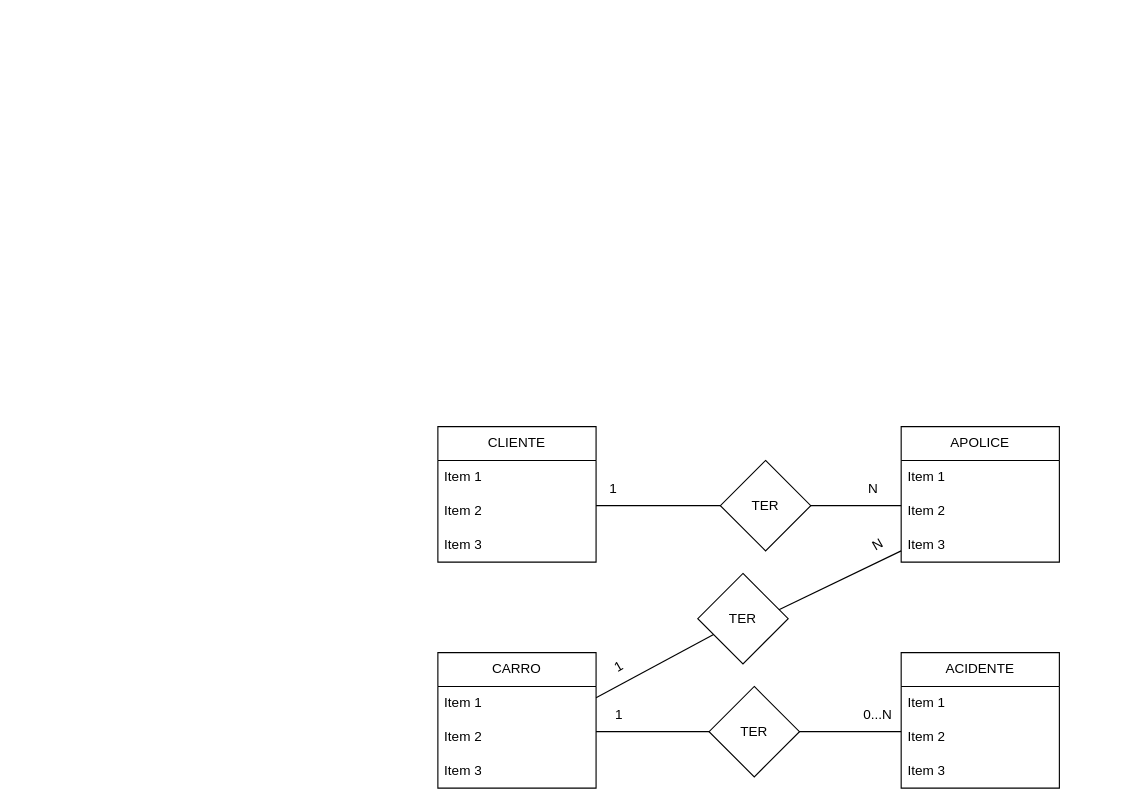
Earlier version of the draw.io diagram primeira_at1.drawio (Adrianobraga/diagramas). Source tidied: cells renumbered, new cells numbered last; positions are measured from the earlier drawing's top-left corner, leaving out a move shared by most shapes. Both pictures are drawn from the tidied source at 113%, with x=0, y=0 at pixel (437, 426).
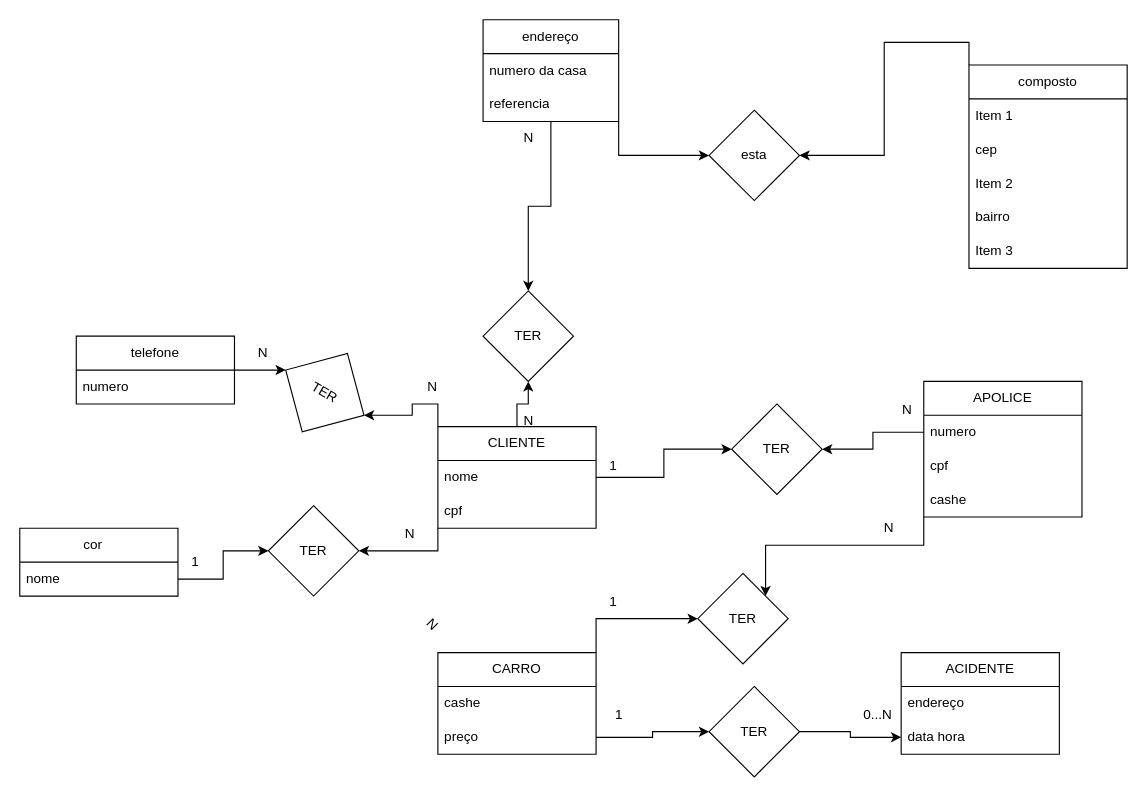
Above is the later version.

Unchanged cells that the change refers to:
```xml
<mxCell id="24" value="TER" style="rhombus;whiteSpace=wrap;html=1;" parent="1" vertex="1">
  <mxGeometry x="240" y="230" width="80" height="80" as="geometry" />
</mxCell>
<mxCell id="27" value="TER" style="rhombus;whiteSpace=wrap;html=1;rotation=0;" parent="1" vertex="1">
  <mxGeometry x="230" y="130" width="80" height="80" as="geometry" />
</mxCell>
```

The edit, as a diff of the source:
```diff
@@
+    <mxCell id="33" style="edgeStyle=orthogonalEdgeStyle;rounded=0;jettySize=auto;html=1;exitX=0.5;exitY=0;exitDx=0;exitDy=0;entryX=0.5;entryY=1;entryDx=0;entryDy=0;" parent="1" edge="1" source="2" target="56">
+      <mxGeometry relative="1" as="geometry" />
+    </mxCell>
+    <mxCell id="34" style="edgeStyle=orthogonalEdgeStyle;rounded=0;jettySize=auto;html=1;exitX=0;exitY=0;exitDx=0;exitDy=0;entryX=1;entryY=0.5;entryDx=0;entryDy=0;" parent="1" edge="1" source="2" target="47">
+      <mxGeometry relative="1" as="geometry" />
+    </mxCell>
+    <mxCell id="35" style="edgeStyle=orthogonalEdgeStyle;rounded=0;jettySize=auto;html=1;exitX=0;exitY=1;exitDx=0;exitDy=0;" parent="1" edge="1" source="2" target="44">
+      <mxGeometry relative="1" as="geometry" />
+    </mxCell>
     <mxCell id="2" value="&lt;div&gt;CLIENTE&lt;/div&gt;" style="swimlane;fontStyle=0;horizontal=1;startSize=30;whiteSpace=wrap;html=1;" parent="1" vertex="1">
-      <mxGeometry width="140" height="120" as="geometry" />
+      <mxGeometry width="140" height="90" as="geometry" />
     </mxCell>
-    <mxCell id="3" value="Item 1" style="text;strokeColor=none;fillColor=none;align=left;verticalAlign=middle;spacingLeft=4;spacingRight=4;overflow=hidden;points=[[0,0.5],[1,0.5]];portConstraint=eastwest;whiteSpace=wrap;html=1;" parent="2" vertex="1">
+    <mxCell id="3" value="nome&lt;span style=&quot;white-space: pre;&quot;&gt;&#9;&lt;/span&gt;" style="text;strokeColor=none;fillColor=none;align=left;verticalAlign=middle;spacingLeft=4;spacingRight=4;overflow=hidden;points=[[0,0.5],[1,0.5]];portConstraint=eastwest;whiteSpace=wrap;html=1;" parent="2" vertex="1">
       <mxGeometry y="30" width="140" height="30" as="geometry" />
     </mxCell>
-    <mxCell id="4" value="Item 2" style="text;strokeColor=none;fillColor=none;align=left;verticalAlign=middle;spacingLeft=4;spacingRight=4;overflow=hidden;whiteSpace=wrap;html=1;" parent="2" vertex="1">
+    <mxCell id="4" value="cpf" style="text;strokeColor=none;fillColor=none;align=left;verticalAlign=middle;spacingLeft=4;spacingRight=4;overflow=hidden;whiteSpace=wrap;html=1;" parent="2" vertex="1">
       <mxGeometry y="60" width="140" height="30" as="geometry" />
     </mxCell>
-    <mxCell id="5" value="Item 3" style="text;strokeColor=none;fillColor=none;align=left;verticalAlign=middle;spacingLeft=4;spacingRight=4;overflow=hidden;whiteSpace=wrap;html=1;" parent="2" vertex="1">
-      <mxGeometry y="90" width="140" height="30" as="geometry" />
-    </mxCell>
-    <mxCell id="6" style="endArrow=none;html=1;rounded=0;" parent="1" edge="1">
-      <mxGeometry relative="1" as="geometry">
-        <mxPoint x="140" y="70" as="sourcePoint" />
-        <mxPoint x="250" y="70" as="targetPoint" />
-      </mxGeometry>
-    </mxCell>
     <mxCell id="7" value="TER" style="rhombus;whiteSpace=wrap;html=1;" parent="1" vertex="1">
-      <mxGeometry x="250" y="30" width="80" height="80" as="geometry" />
+      <mxGeometry x="260" y="-20" width="80" height="80" as="geometry" />
     </mxCell>
     <mxCell id="8" value="N" style="text;html=1;align=center;verticalAlign=middle;strokeColor=none;fillColor=none;" parent="1" vertex="1">
-      <mxGeometry x="370" y="40" width="30" height="30" as="geometry" />
+      <mxGeometry x="400" y="-30" width="30" height="30" as="geometry" />
     </mxCell>
-    <mxCell id="9" style="endArrow=none;html=1;rounded=0;" parent="1" edge="1">
-      <mxGeometry relative="1" as="geometry">
-        <mxPoint x="330" y="70" as="sourcePoint" />
-        <mxPoint x="410" y="70" as="targetPoint" />
-      </mxGeometry>
-    </mxCell>
+    <mxCell id="36" style="edgeStyle=orthogonalEdgeStyle;rounded=0;jettySize=auto;html=1;exitX=0;exitY=1;exitDx=0;exitDy=0;entryX=1;entryY=0;entryDx=0;entryDy=0;" parent="1" edge="1" source="10" target="27">
+      <mxGeometry relative="1" as="geometry" />
+    </mxCell>
     <mxCell id="10" value="APOLICE" style="swimlane;fontStyle=0;horizontal=1;startSize=30;whiteSpace=wrap;html=1;" parent="1" vertex="1">
-      <mxGeometry x="410" width="140" height="120" as="geometry" />
+      <mxGeometry x="430" y="-40" width="140" height="120" as="geometry" />
     </mxCell>
-    <mxCell id="11" value="Item 1" style="text;strokeColor=none;fillColor=none;align=left;verticalAlign=middle;spacingLeft=4;spacingRight=4;overflow=hidden;points=[[0,0.5],[1,0.5]];portConstraint=eastwest;whiteSpace=wrap;html=1;" parent="10" vertex="1">
+    <mxCell id="11" value="numero" style="text;strokeColor=none;fillColor=none;align=left;verticalAlign=middle;spacingLeft=4;spacingRight=4;overflow=hidden;points=[[0,0.5],[1,0.5]];portConstraint=eastwest;whiteSpace=wrap;html=1;" parent="10" vertex="1">
       <mxGeometry y="30" width="140" height="30" as="geometry" />
     </mxCell>
-    <mxCell id="12" value="Item 2" style="text;strokeColor=none;fillColor=none;align=left;verticalAlign=middle;spacingLeft=4;spacingRight=4;overflow=hidden;whiteSpace=wrap;html=1;" parent="10" vertex="1">
+    <mxCell id="12" value="cpf" style="text;strokeColor=none;fillColor=none;align=left;verticalAlign=middle;spacingLeft=4;spacingRight=4;overflow=hidden;whiteSpace=wrap;html=1;" parent="10" vertex="1">
       <mxGeometry y="60" width="140" height="30" as="geometry" />
     </mxCell>
-    <mxCell id="13" value="Item 3" style="text;strokeColor=none;fillColor=none;align=left;verticalAlign=middle;spacingLeft=4;spacingRight=4;overflow=hidden;whiteSpace=wrap;html=1;" parent="10" vertex="1">
+    <mxCell id="13" value="cashe" style="text;strokeColor=none;fillColor=none;align=left;verticalAlign=middle;spacingLeft=4;spacingRight=4;overflow=hidden;whiteSpace=wrap;html=1;" parent="10" vertex="1">
       <mxGeometry y="90" width="140" height="30" as="geometry" />
     </mxCell>
     <mxCell id="14" value="&lt;div&gt;ACIDENTE&lt;/div&gt;" style="swimlane;fontStyle=0;horizontal=1;startSize=30;whiteSpace=wrap;html=1;" parent="1" vertex="1">
-      <mxGeometry x="410" y="200" width="140" height="120" as="geometry" />
+      <mxGeometry x="410" y="200" width="140" height="90" as="geometry" />
     </mxCell>
-    <mxCell id="15" value="Item 1" style="text;strokeColor=none;fillColor=none;align=left;verticalAlign=middle;spacingLeft=4;spacingRight=4;overflow=hidden;whiteSpace=wrap;html=1;" parent="14" vertex="1">
+    <mxCell id="15" value="endereço" style="text;strokeColor=none;fillColor=none;align=left;verticalAlign=middle;spacingLeft=4;spacingRight=4;overflow=hidden;whiteSpace=wrap;html=1;" parent="14" vertex="1">
       <mxGeometry y="30" width="140" height="30" as="geometry" />
     </mxCell>
-    <mxCell id="16" value="Item 2" style="text;strokeColor=none;fillColor=none;align=left;verticalAlign=middle;spacingLeft=4;spacingRight=4;overflow=hidden;points=[[0,0.5],[1,0.5]];portConstraint=eastwest;whiteSpace=wrap;html=1;" parent="14" vertex="1">
+    <mxCell id="16" value="data hora" style="text;strokeColor=none;fillColor=none;align=left;verticalAlign=middle;spacingLeft=4;spacingRight=4;overflow=hidden;points=[[0,0.5],[1,0.5]];portConstraint=eastwest;whiteSpace=wrap;html=1;" parent="14" vertex="1">
       <mxGeometry y="60" width="140" height="30" as="geometry" />
     </mxCell>
-    <mxCell id="17" value="Item 3" style="text;strokeColor=none;fillColor=none;align=left;verticalAlign=middle;spacingLeft=4;spacingRight=4;overflow=hidden;whiteSpace=wrap;html=1;" parent="14" vertex="1">
-      <mxGeometry y="90" width="140" height="30" as="geometry" />
-    </mxCell>
+    <mxCell id="37" style="edgeStyle=orthogonalEdgeStyle;rounded=0;jettySize=auto;html=1;exitX=1;exitY=0;exitDx=0;exitDy=0;entryX=0;entryY=0.5;entryDx=0;entryDy=0;" parent="1" edge="1" source="18" target="27">
+      <mxGeometry relative="1" as="geometry" />
+    </mxCell>
     <mxCell id="18" value="CARRO" style="swimlane;fontStyle=0;horizontal=1;startSize=30;whiteSpace=wrap;html=1;" parent="1" vertex="1">
-      <mxGeometry y="200" width="140" height="120" as="geometry" />
+      <mxGeometry y="200" width="140" height="90" as="geometry" />
     </mxCell>
-    <mxCell id="19" value="Item 1" style="text;strokeColor=none;fillColor=none;align=left;verticalAlign=middle;spacingLeft=4;spacingRight=4;overflow=hidden;whiteSpace=wrap;html=1;" parent="18" vertex="1">
+    <mxCell id="19" value="cashe" style="text;strokeColor=none;fillColor=none;align=left;verticalAlign=middle;spacingLeft=4;spacingRight=4;overflow=hidden;whiteSpace=wrap;html=1;" parent="18" vertex="1">
       <mxGeometry y="30" width="140" height="30" as="geometry" />
     </mxCell>
-    <mxCell id="20" value="Item 2" style="text;strokeColor=none;fillColor=none;align=left;verticalAlign=middle;spacingLeft=4;spacingRight=4;overflow=hidden;whiteSpace=wrap;html=1;" parent="18" vertex="1">
-      <mxGeometry y="60" width="140" height="30" as="geometry" />
-    </mxCell>
-    <mxCell id="21" value="Item 3" style="text;strokeColor=none;fillColor=none;align=left;verticalAlign=middle;spacingLeft=4;spacingRight=4;overflow=hidden;points=[[0,0.5],[1,0.5]];portConstraint=eastwest;whiteSpace=wrap;html=1;" parent="18" vertex="1">
-      <mxGeometry y="90" width="140" height="30" as="geometry" />
+    <mxCell id="21" value="preço" style="text;strokeColor=none;fillColor=none;align=left;verticalAlign=middle;spacingLeft=4;spacingRight=4;overflow=hidden;points=[[0,0.5],[1,0.5]];portConstraint=eastwest;whiteSpace=wrap;html=1;" parent="18" vertex="1">
+      <mxGeometry y="60" width="140" height="30" as="geometry" />
     </mxCell>
-    <mxCell id="22" style="endArrow=none;html=1;rounded=0;" parent="1" edge="1">
-      <mxGeometry relative="1" as="geometry">
-        <mxPoint x="140" y="270" as="sourcePoint" />
-        <mxPoint x="250" y="270" as="targetPoint" />
-        <Array as="points">
-          <mxPoint x="200" y="270" />
-        </Array>
-      </mxGeometry>
-    </mxCell>
-    <mxCell id="23" style="endArrow=none;html=1;rounded=0;" parent="1" edge="1">
-      <mxGeometry relative="1" as="geometry">
-        <mxPoint x="300" y="270" as="sourcePoint" />
-        <mxPoint x="410" y="270" as="targetPoint" />
-        <Array as="points">
-          <mxPoint x="360" y="270" />
-        </Array>
-      </mxGeometry>
-    </mxCell>
+    <mxCell id="38" style="edgeStyle=orthogonalEdgeStyle;rounded=0;jettySize=auto;html=1;exitX=1;exitY=0.5;exitDx=0;exitDy=0;entryX=0;entryY=0.5;entryDx=0;entryDy=0;" parent="1" edge="1" source="24" target="16">
+      <mxGeometry relative="1" as="geometry" />
+    </mxCell>
@@
-    <mxCell id="25" style="endArrow=none;html=1;rounded=0;exitX=0.875;exitY=0.413;exitDx=0;exitDy=0;exitPerimeter=0;" parent="1" edge="1" source="27">
-      <mxGeometry relative="1" as="geometry">
-        <mxPoint x="410" y="110" as="targetPoint" />
-      </mxGeometry>
-    </mxCell>
-    <mxCell id="26" style="endArrow=none;html=1;rounded=0;" parent="1" edge="1" target="27">
-      <mxGeometry relative="1" as="geometry">
-        <mxPoint x="140" y="240" as="sourcePoint" />
-      </mxGeometry>
-    </mxCell>
@@
-    <mxCell id="28" value="N" style="text;html=1;align=center;verticalAlign=middle;strokeColor=none;fillColor=none;rotation=-30;" parent="1" vertex="1">
-      <mxGeometry x="374" y="90" width="30" height="30" as="geometry" />
+    <mxCell id="28" value="N" style="text;html=1;align=center;verticalAlign=middle;strokeColor=none;fillColor=none;rotation=0;" parent="1" vertex="1">
+      <mxGeometry x="384" y="75" width="30" height="30" as="geometry" />
     </mxCell>
-    <mxCell id="29" value="1" style="text;html=1;align=center;verticalAlign=middle;strokeColor=none;fillColor=none;rotation=-30;" parent="1" vertex="1">
-      <mxGeometry x="145" y="198" width="30" height="30" as="geometry" />
+    <mxCell id="29" value="1" style="text;html=1;align=center;verticalAlign=middle;strokeColor=none;fillColor=none;rotation=0;" parent="1" vertex="1">
+      <mxGeometry x="140" y="140" width="30" height="30" as="geometry" />
     </mxCell>
     <mxCell id="30" value="1" style="text;html=1;align=center;verticalAlign=middle;strokeColor=none;fillColor=none;rotation=0;" parent="1" vertex="1">
-      <mxGeometry x="140" y="40" width="30" height="30" as="geometry" />
+      <mxGeometry x="140" y="20" width="30" height="30" as="geometry" />
     </mxCell>
@@
+    <mxCell id="39" style="edgeStyle=orthogonalEdgeStyle;rounded=0;jettySize=auto;html=1;exitX=1;exitY=0.5;exitDx=0;exitDy=0;entryX=0;entryY=0.5;entryDx=0;entryDy=0;" parent="1" edge="1" source="40" target="47">
+      <mxGeometry relative="1" as="geometry" />
+    </mxCell>
+    <mxCell id="40" value="&lt;div&gt;telefone&lt;/div&gt;" style="swimlane;fontStyle=0;horizontal=1;startSize=30;whiteSpace=wrap;html=1;" parent="1" vertex="1">
+      <mxGeometry x="-320" y="-80" width="140" height="60" as="geometry" />
+    </mxCell>
+    <mxCell id="41" value="numero" style="text;strokeColor=none;fillColor=none;align=left;verticalAlign=middle;spacingLeft=4;spacingRight=4;overflow=hidden;whiteSpace=wrap;html=1;" parent="40" vertex="1">
+      <mxGeometry y="30" width="140" height="30" as="geometry" />
+    </mxCell>
+    <mxCell id="42" value="cor&lt;span style=&quot;white-space: pre;&quot;&gt;&#9;&lt;/span&gt;" style="swimlane;fontStyle=0;horizontal=1;startSize=30;whiteSpace=wrap;html=1;" parent="1" vertex="1">
+      <mxGeometry x="-370" y="90" width="140" height="60" as="geometry" />
+    </mxCell>
+    <mxCell id="43" value="nome" style="text;strokeColor=none;fillColor=none;align=left;verticalAlign=middle;spacingLeft=4;spacingRight=4;overflow=hidden;points=[[0,0.5],[1,0.5]];portConstraint=eastwest;whiteSpace=wrap;html=1;" parent="42" vertex="1">
+      <mxGeometry y="30" width="140" height="30" as="geometry" />
+    </mxCell>
+    <mxCell id="44" value="TER" style="rhombus;whiteSpace=wrap;html=1;rotation=0;" parent="1" vertex="1">
+      <mxGeometry x="-150" y="70" width="80" height="80" as="geometry" />
+    </mxCell>
+    <mxCell id="45" value="&lt;div&gt;1&lt;/div&gt;" style="text;html=1;align=center;verticalAlign=middle;strokeColor=none;fillColor=none;rotation=0;" parent="1" vertex="1">
+      <mxGeometry x="-230" y="105" width="30" height="30" as="geometry" />
+    </mxCell>
+    <mxCell id="46" value="&lt;div&gt;N&lt;/div&gt;" style="text;html=1;align=center;verticalAlign=middle;strokeColor=none;fillColor=none;rotation=0;" parent="1" vertex="1">
+      <mxGeometry x="-40" y="80" width="30" height="30" as="geometry" />
+    </mxCell>
+    <mxCell id="47" value="TER" style="rhombus;whiteSpace=wrap;html=1;rotation=30;" parent="1" vertex="1">
+      <mxGeometry x="-140" y="-70" width="80" height="80" as="geometry" />
+    </mxCell>
+    <mxCell id="48" value="&lt;div&gt;N&lt;/div&gt;" style="text;html=1;align=center;verticalAlign=middle;strokeColor=none;fillColor=none;rotation=0;" parent="1" vertex="1">
+      <mxGeometry x="-20" y="-50" width="30" height="30" as="geometry" />
+    </mxCell>
+    <mxCell id="49" value="&lt;div&gt;N&lt;/div&gt;" style="text;html=1;align=center;verticalAlign=middle;strokeColor=none;fillColor=none;rotation=0;" parent="1" vertex="1">
+      <mxGeometry x="-170" y="-80" width="30" height="30" as="geometry" />
+    </mxCell>
+    <mxCell id="50" value="&lt;div&gt;N&lt;/div&gt;" style="text;html=1;align=center;verticalAlign=middle;strokeColor=none;fillColor=none;rotation=45;" parent="1" vertex="1">
+      <mxGeometry x="-20" y="160" width="30" height="30" as="geometry" />
+    </mxCell>
+    <mxCell id="51" style="edgeStyle=orthogonalEdgeStyle;rounded=0;jettySize=auto;html=1;exitX=0.5;exitY=1;exitDx=0;exitDy=0;entryX=0.5;entryY=0;entryDx=0;entryDy=0;" parent="1" edge="1" source="53" target="56">
+      <mxGeometry relative="1" as="geometry" />
+    </mxCell>
+    <mxCell id="52" style="edgeStyle=orthogonalEdgeStyle;rounded=0;jettySize=auto;html=1;exitX=1;exitY=1;exitDx=0;exitDy=0;" parent="1" edge="1" source="53" target="69">
+      <mxGeometry relative="1" as="geometry" />
+    </mxCell>
+    <mxCell id="53" value="endereço" style="swimlane;fontStyle=0;horizontal=1;startSize=30;whiteSpace=wrap;html=1;" parent="1" vertex="1">
+      <mxGeometry x="40" y="-360" width="120" height="90" as="geometry" />
+    </mxCell>
+    <mxCell id="54" value="numero da casa&lt;span style=&quot;white-space: pre;&quot;&gt;&#9;&lt;/span&gt;" style="text;strokeColor=none;fillColor=none;align=left;verticalAlign=middle;spacingLeft=4;spacingRight=4;overflow=hidden;whiteSpace=wrap;html=1;" parent="53" vertex="1">
+      <mxGeometry y="30" width="120" height="30" as="geometry" />
+    </mxCell>
+    <mxCell id="55" value="referencia" style="text;strokeColor=none;fillColor=none;align=left;verticalAlign=middle;spacingLeft=4;spacingRight=4;overflow=hidden;whiteSpace=wrap;html=1;" parent="53" vertex="1">
+      <mxGeometry y="60" width="120" height="30" as="geometry" />
+    </mxCell>
+    <mxCell id="56" value="TER" style="rhombus;whiteSpace=wrap;html=1;" parent="1" vertex="1">
+      <mxGeometry x="40" y="-120" width="80" height="80" as="geometry" />
+    </mxCell>
+    <mxCell id="57" value="&lt;div&gt;N&lt;/div&gt;" style="text;html=1;align=center;verticalAlign=middle;strokeColor=none;fillColor=none;rotation=0;" parent="1" vertex="1">
+      <mxGeometry x="65" y="-270" width="30" height="30" as="geometry" />
+    </mxCell>
+    <mxCell id="58" value="&lt;div&gt;N&lt;/div&gt;" style="text;html=1;align=center;verticalAlign=middle;strokeColor=none;fillColor=none;rotation=0;" parent="1" vertex="1">
+      <mxGeometry x="65" y="-20" width="30" height="30" as="geometry" />
+    </mxCell>
+    <mxCell id="59" style="edgeStyle=orthogonalEdgeStyle;rounded=0;jettySize=auto;html=1;exitX=0;exitY=0.5;exitDx=0;exitDy=0;entryX=1;entryY=0.5;entryDx=0;entryDy=0;" parent="1" edge="1" source="11" target="7">
+      <mxGeometry relative="1" as="geometry" />
+    </mxCell>
+    <mxCell id="60" style="edgeStyle=orthogonalEdgeStyle;rounded=0;jettySize=auto;html=1;exitX=1;exitY=0.5;exitDx=0;exitDy=0;entryX=0;entryY=0.5;entryDx=0;entryDy=0;" parent="1" edge="1" source="3" target="7">
+      <mxGeometry relative="1" as="geometry" />
+    </mxCell>
+    <mxCell id="61" style="edgeStyle=orthogonalEdgeStyle;rounded=0;jettySize=auto;html=1;exitX=1;exitY=0.5;exitDx=0;exitDy=0;entryX=0;entryY=0.5;entryDx=0;entryDy=0;" parent="1" edge="1" source="21" target="24">
+      <mxGeometry relative="1" as="geometry" />
+    </mxCell>
+    <mxCell id="62" style="edgeStyle=orthogonalEdgeStyle;rounded=0;jettySize=auto;html=1;exitX=1;exitY=0.5;exitDx=0;exitDy=0;entryX=0;entryY=0.5;entryDx=0;entryDy=0;" parent="1" edge="1" source="43" target="44">
+      <mxGeometry relative="1" as="geometry" />
+    </mxCell>
+    <mxCell id="63" style="edgeStyle=orthogonalEdgeStyle;rounded=0;jettySize=auto;html=1;exitX=0;exitY=0;exitDx=0;exitDy=0;entryX=1;entryY=0.5;entryDx=0;entryDy=0;" parent="1" edge="1" source="64" target="69">
+      <mxGeometry relative="1" as="geometry" />
+    </mxCell>
+    <mxCell id="64" value="composto" style="swimlane;fontStyle=0;horizontal=1;startSize=30;whiteSpace=wrap;html=1;" parent="1" vertex="1">
+      <mxGeometry x="470" y="-320" width="140" height="180" as="geometry" />
+    </mxCell>
+    <mxCell id="65" value="Item 1" style="text;strokeColor=none;fillColor=none;align=left;verticalAlign=middle;spacingLeft=4;spacingRight=4;overflow=hidden;whiteSpace=wrap;html=1;" parent="64" vertex="1">
+      <mxGeometry y="30" width="140" height="30" as="geometry" />
+    </mxCell>
+    <mxCell id="66" value="cep" style="text;strokeColor=none;fillColor=none;align=left;verticalAlign=middle;spacingLeft=4;spacingRight=4;overflow=hidden;whiteSpace=wrap;html=1;" parent="64" vertex="1">
+      <mxGeometry y="60" width="140" height="30" as="geometry" />
+    </mxCell>
+    <mxCell id="20" value="Item 2" style="text;strokeColor=none;fillColor=none;align=left;verticalAlign=middle;spacingLeft=4;spacingRight=4;overflow=hidden;whiteSpace=wrap;html=1;" parent="64" vertex="1">
+      <mxGeometry y="90" width="140" height="30" as="geometry" />
+    </mxCell>
+    <mxCell id="67" value="bairro" style="text;strokeColor=none;fillColor=none;align=left;verticalAlign=middle;spacingLeft=4;spacingRight=4;overflow=hidden;whiteSpace=wrap;html=1;" parent="64" vertex="1">
+      <mxGeometry y="120" width="140" height="30" as="geometry" />
+    </mxCell>
+    <mxCell id="68" value="Item 3" style="text;strokeColor=none;fillColor=none;align=left;verticalAlign=middle;spacingLeft=4;spacingRight=4;overflow=hidden;whiteSpace=wrap;html=1;" parent="64" vertex="1">
+      <mxGeometry y="150" width="140" height="30" as="geometry" />
+    </mxCell>
+    <mxCell id="69" value="&lt;div&gt;esta&lt;/div&gt;" style="rhombus;whiteSpace=wrap;html=1;" parent="1" vertex="1">
+      <mxGeometry x="240" y="-280" width="80" height="80" as="geometry" />
+    </mxCell>
```
